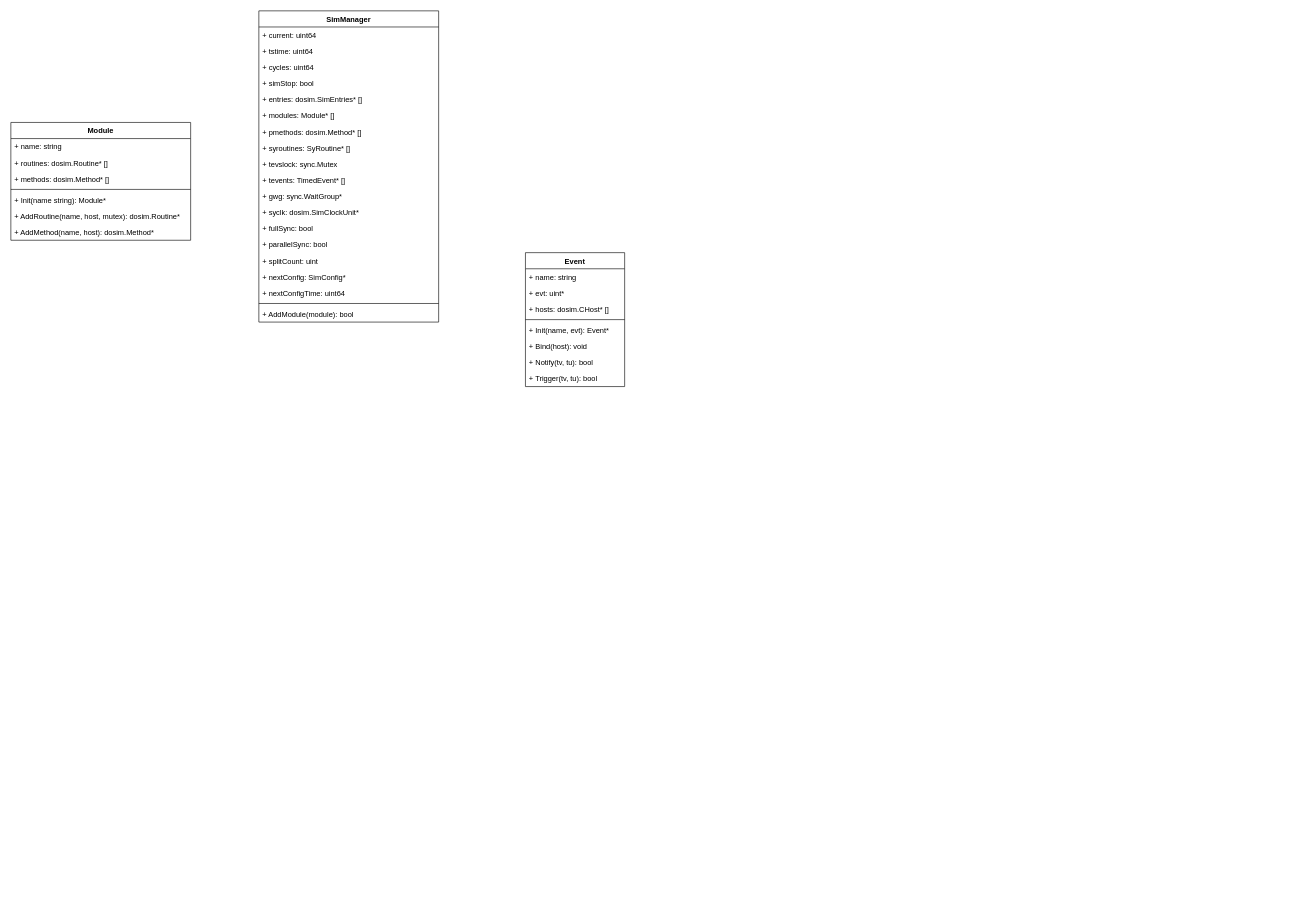
The draw.io diagram scgo.drawio in Dercury/CLDK, before the edit. Source tidied: cells renumbered, new cells numbered last; positions are measured from the earlier drawing's top-left corner, leaving out a move shared by most shapes. Both pictures are drawn from the tidied source at 62%, with x=0, y=0 at pixel (11, 11).
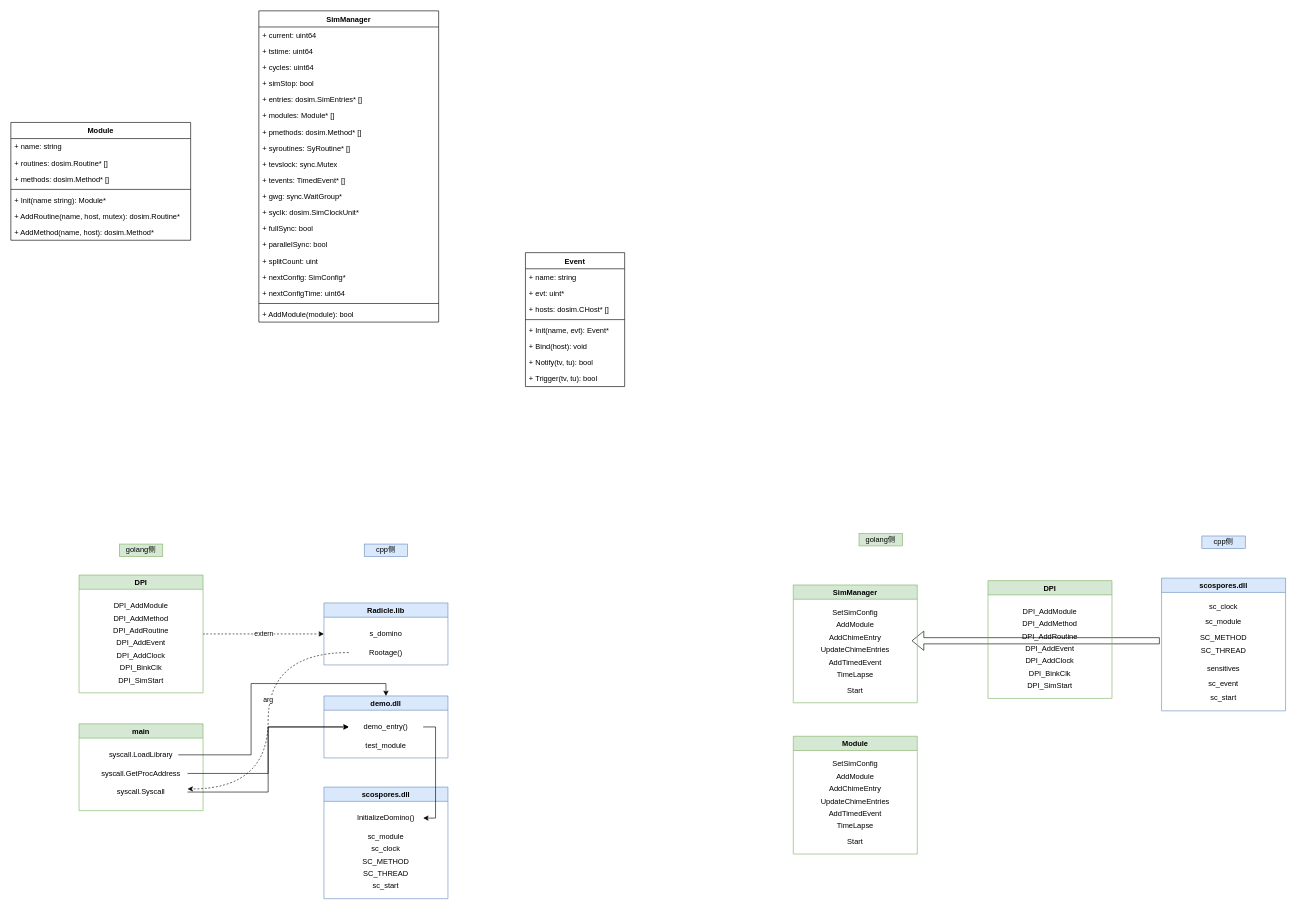
The same page after the edit.

The edit, as a diff of the source:
```diff
@@
+    <mxCell id="39" style="shape=flexArrow;endArrow=classic;html=1;" parent="1" edge="1">
+      <mxGeometry relative="1" as="geometry">
+        <mxPoint x="1853" y="1016" as="sourcePoint" />
+        <mxPoint x="1453" y="1016" as="targetPoint" />
+      </mxGeometry>
+    </mxCell>
@@
+    <mxCell id="40" value="extern" style="edgeStyle=orthogonalEdgeStyle;rounded=0;jettySize=auto;html=1;entryX=0;entryY=0.5;entryDx=0;entryDy=0;dashed=1;curved=1;" parent="1" edge="1" source="41" target="49">
+      <mxGeometry relative="1" as="geometry" />
+    </mxCell>
+    <mxCell id="41" value="DPI" style="swimlane;fillColor=#d5e8d4;strokeColor=#82b366;" parent="1" vertex="1">
+      <mxGeometry x="110" y="910" width="200" height="190" as="geometry" />
+    </mxCell>
+    <mxCell id="42" value="DPI_AddModule" style="text;html=1;strokeColor=none;fillColor=none;align=center;verticalAlign=middle;whiteSpace=wrap;rounded=0;" parent="41" vertex="1">
+      <mxGeometry x="40" y="40" width="120" height="20" as="geometry" />
+    </mxCell>
+    <mxCell id="43" value="DPI_SimStart" style="text;html=1;strokeColor=none;fillColor=none;align=center;verticalAlign=middle;whiteSpace=wrap;rounded=0;" parent="41" vertex="1">
+      <mxGeometry x="40" y="160" width="120" height="20" as="geometry" />
+    </mxCell>
+    <mxCell id="44" value="DPI_AddMethod" style="text;html=1;strokeColor=none;fillColor=none;align=center;verticalAlign=middle;whiteSpace=wrap;rounded=0;" parent="41" vertex="1">
+      <mxGeometry x="40" y="60" width="120" height="20" as="geometry" />
+    </mxCell>
+    <mxCell id="45" value="DPI_AddRoutine" style="text;html=1;strokeColor=none;fillColor=none;align=center;verticalAlign=middle;whiteSpace=wrap;rounded=0;" parent="41" vertex="1">
+      <mxGeometry x="40" y="80" width="120" height="20" as="geometry" />
+    </mxCell>
+    <mxCell id="46" value="DPI_AddEvent" style="text;html=1;strokeColor=none;fillColor=none;align=center;verticalAlign=middle;whiteSpace=wrap;rounded=0;" parent="41" vertex="1">
+      <mxGeometry x="40" y="100" width="120" height="20" as="geometry" />
+    </mxCell>
+    <mxCell id="47" value="DPI_AddClock" style="text;html=1;strokeColor=none;fillColor=none;align=center;verticalAlign=middle;whiteSpace=wrap;rounded=0;" parent="41" vertex="1">
+      <mxGeometry x="40" y="120" width="120" height="20" as="geometry" />
+    </mxCell>
+    <mxCell id="48" value="DPI_BinkClk" style="text;html=1;strokeColor=none;fillColor=none;align=center;verticalAlign=middle;whiteSpace=wrap;rounded=0;" parent="41" vertex="1">
+      <mxGeometry x="40" y="140" width="120" height="20" as="geometry" />
+    </mxCell>
+    <mxCell id="49" value="Radicle.lib" style="swimlane;fillColor=#dae8fc;strokeColor=#6c8ebf;" parent="1" vertex="1">
+      <mxGeometry x="505" y="955" width="200" height="100" as="geometry" />
+    </mxCell>
+    <mxCell id="50" value="s_domino" style="text;html=1;strokeColor=none;fillColor=none;align=center;verticalAlign=middle;whiteSpace=wrap;rounded=0;" parent="49" vertex="1">
+      <mxGeometry x="40" y="40" width="120" height="20" as="geometry" />
+    </mxCell>
+    <mxCell id="51" value="Rootage()" style="text;html=1;strokeColor=none;fillColor=none;align=center;verticalAlign=middle;whiteSpace=wrap;rounded=0;" parent="49" vertex="1">
+      <mxGeometry x="40" y="70" width="120" height="20" as="geometry" />
+    </mxCell>
+    <mxCell id="52" value="main" style="swimlane;fillColor=#d5e8d4;strokeColor=#82b366;" parent="1" vertex="1">
+      <mxGeometry x="110" y="1150" width="200" height="140" as="geometry" />
+    </mxCell>
+    <mxCell id="53" value="syscall.LoadLibrary" style="text;html=1;strokeColor=none;fillColor=none;align=center;verticalAlign=middle;whiteSpace=wrap;rounded=0;" parent="52" vertex="1">
+      <mxGeometry x="40" y="40" width="120" height="20" as="geometry" />
+    </mxCell>
+    <mxCell id="54" value="syscall.GetProcAddress" style="text;html=1;strokeColor=none;fillColor=none;align=center;verticalAlign=middle;whiteSpace=wrap;rounded=0;" parent="52" vertex="1">
+      <mxGeometry x="25" y="70" width="150" height="20" as="geometry" />
+    </mxCell>
+    <mxCell id="55" value="syscall.Syscall" style="text;html=1;strokeColor=none;fillColor=none;align=center;verticalAlign=middle;whiteSpace=wrap;rounded=0;" parent="52" vertex="1">
+      <mxGeometry x="25" y="100" width="150" height="20" as="geometry" />
+    </mxCell>
+    <mxCell id="56" value="demo.dll" style="swimlane;fillColor=#dae8fc;strokeColor=#6c8ebf;" parent="1" vertex="1">
+      <mxGeometry x="505" y="1105" width="200" height="100" as="geometry" />
+    </mxCell>
+    <mxCell id="57" value="demo_entry()" style="text;html=1;strokeColor=none;fillColor=none;align=center;verticalAlign=middle;whiteSpace=wrap;rounded=0;" parent="56" vertex="1">
+      <mxGeometry x="40" y="40" width="120" height="20" as="geometry" />
+    </mxCell>
+    <mxCell id="58" value="test_module" style="text;html=1;strokeColor=none;fillColor=none;align=center;verticalAlign=middle;whiteSpace=wrap;rounded=0;" parent="56" vertex="1">
+      <mxGeometry x="40" y="70" width="120" height="20" as="geometry" />
+    </mxCell>
+    <mxCell id="59" value="scospores.dll" style="swimlane;fillColor=#dae8fc;strokeColor=#6c8ebf;" parent="1" vertex="1">
+      <mxGeometry x="505" y="1252" width="200" height="180" as="geometry" />
+    </mxCell>
+    <mxCell id="60" value="InitializeDomino()" style="text;html=1;strokeColor=none;fillColor=none;align=center;verticalAlign=middle;whiteSpace=wrap;rounded=0;" parent="59" vertex="1">
+      <mxGeometry x="40" y="40" width="120" height="20" as="geometry" />
+    </mxCell>
+    <mxCell id="61" value="sc_module" style="text;html=1;strokeColor=none;fillColor=none;align=center;verticalAlign=middle;whiteSpace=wrap;rounded=0;" parent="59" vertex="1">
+      <mxGeometry x="40" y="70" width="120" height="20" as="geometry" />
+    </mxCell>
+    <mxCell id="62" value="sc_clock" style="text;html=1;strokeColor=none;fillColor=none;align=center;verticalAlign=middle;whiteSpace=wrap;rounded=0;" parent="59" vertex="1">
+      <mxGeometry x="40" y="90" width="120" height="20" as="geometry" />
+    </mxCell>
+    <mxCell id="63" value="SC_METHOD" style="text;html=1;strokeColor=none;fillColor=none;align=center;verticalAlign=middle;whiteSpace=wrap;rounded=0;" parent="59" vertex="1">
+      <mxGeometry x="40" y="110" width="120" height="20" as="geometry" />
+    </mxCell>
+    <mxCell id="64" value="sc_start" style="text;html=1;strokeColor=none;fillColor=none;align=center;verticalAlign=middle;whiteSpace=wrap;rounded=0;" parent="59" vertex="1">
+      <mxGeometry x="40" y="150" width="120" height="20" as="geometry" />
+    </mxCell>
+    <mxCell id="65" value="SC_THREAD" style="text;html=1;strokeColor=none;fillColor=none;align=center;verticalAlign=middle;whiteSpace=wrap;rounded=0;" parent="59" vertex="1">
+      <mxGeometry x="40" y="130" width="120" height="20" as="geometry" />
+    </mxCell>
+    <mxCell id="66" style="edgeStyle=orthogonalEdgeStyle;rounded=0;jettySize=auto;html=1;entryX=0.5;entryY=0;entryDx=0;entryDy=0;" parent="1" edge="1" source="53" target="56">
+      <mxGeometry relative="1" as="geometry" />
+    </mxCell>
+    <mxCell id="67" style="edgeStyle=orthogonalEdgeStyle;rounded=0;jettySize=auto;html=1;entryX=0;entryY=0.5;entryDx=0;entryDy=0;" parent="1" edge="1" source="54" target="57">
+      <mxGeometry relative="1" as="geometry" />
+    </mxCell>
+    <mxCell id="68" style="edgeStyle=orthogonalEdgeStyle;rounded=0;jettySize=auto;html=1;entryX=0;entryY=0.5;entryDx=0;entryDy=0;" parent="1" edge="1" source="55" target="57">
+      <mxGeometry relative="1" as="geometry" />
+    </mxCell>
+    <mxCell id="69" value="arg" style="edgeStyle=orthogonalEdgeStyle;rounded=0;jettySize=auto;html=1;entryX=1;entryY=0.25;entryDx=0;entryDy=0;dashed=1;curved=1;" parent="1" edge="1" source="51" target="55">
+      <mxGeometry x="-0.14" relative="1" as="geometry" />
+    </mxCell>
+    <mxCell id="70" style="edgeStyle=orthogonalEdgeStyle;rounded=0;jettySize=auto;html=1;entryX=1;entryY=0.5;entryDx=0;entryDy=0;exitX=1;exitY=0.5;exitDx=0;exitDy=0;" parent="1" edge="1" source="57" target="60">
+      <mxGeometry relative="1" as="geometry" />
+    </mxCell>
+    <mxCell id="71" value="golang侧" style="text;html=1;strokeColor=#82b366;fillColor=#d5e8d4;align=center;verticalAlign=middle;whiteSpace=wrap;rounded=0;" parent="1" vertex="1">
+      <mxGeometry x="175" y="860" width="70" height="20" as="geometry" />
+    </mxCell>
+    <mxCell id="72" value="cpp侧" style="text;html=1;strokeColor=#6c8ebf;fillColor=#dae8fc;align=center;verticalAlign=middle;whiteSpace=wrap;rounded=0;" parent="1" vertex="1">
+      <mxGeometry x="570" y="860" width="70" height="20" as="geometry" />
+    </mxCell>
+    <mxCell id="73" value="scospores.dll" style="swimlane;fillColor=#dae8fc;strokeColor=#6c8ebf;" parent="1" vertex="1">
+      <mxGeometry x="1856" y="915" width="200" height="214" as="geometry" />
+    </mxCell>
+    <mxCell id="74" value="sc_module" style="text;html=1;strokeColor=none;fillColor=none;align=center;verticalAlign=middle;whiteSpace=wrap;rounded=0;" parent="73" vertex="1">
+      <mxGeometry x="40" y="61" width="120" height="20" as="geometry" />
+    </mxCell>
+    <mxCell id="75" value="sc_clock" style="text;html=1;strokeColor=none;fillColor=none;align=center;verticalAlign=middle;whiteSpace=wrap;rounded=0;" parent="73" vertex="1">
+      <mxGeometry x="40" y="36" width="120" height="20" as="geometry" />
+    </mxCell>
+    <mxCell id="76" value="SC_METHOD" style="text;html=1;strokeColor=none;fillColor=none;align=center;verticalAlign=middle;whiteSpace=wrap;rounded=0;" parent="73" vertex="1">
+      <mxGeometry x="40" y="87" width="120" height="20" as="geometry" />
+    </mxCell>
+    <mxCell id="77" value="sc_start" style="text;html=1;strokeColor=none;fillColor=none;align=center;verticalAlign=middle;whiteSpace=wrap;rounded=0;" parent="73" vertex="1">
+      <mxGeometry x="40" y="183" width="120" height="20" as="geometry" />
+    </mxCell>
+    <mxCell id="78" value="SC_THREAD" style="text;html=1;strokeColor=none;fillColor=none;align=center;verticalAlign=middle;whiteSpace=wrap;rounded=0;" parent="73" vertex="1">
+      <mxGeometry x="40" y="107" width="120" height="20" as="geometry" />
+    </mxCell>
+    <mxCell id="79" value="sc_event" style="text;html=1;strokeColor=none;fillColor=none;align=center;verticalAlign=middle;whiteSpace=wrap;rounded=0;" parent="73" vertex="1">
+      <mxGeometry x="40" y="160" width="120" height="20" as="geometry" />
+    </mxCell>
+    <mxCell id="80" value="sensitives" style="text;html=1;strokeColor=none;fillColor=none;align=center;verticalAlign=middle;whiteSpace=wrap;rounded=0;" parent="73" vertex="1">
+      <mxGeometry x="40" y="136" width="120" height="20" as="geometry" />
+    </mxCell>
+    <mxCell id="81" value="cpp侧" style="text;html=1;strokeColor=#6c8ebf;fillColor=#dae8fc;align=center;verticalAlign=middle;whiteSpace=wrap;rounded=0;" parent="1" vertex="1">
+      <mxGeometry x="1921" y="847" width="70" height="20" as="geometry" />
+    </mxCell>
+    <mxCell id="82" value="golang侧" style="text;html=1;strokeColor=#82b366;fillColor=#d5e8d4;align=center;verticalAlign=middle;whiteSpace=wrap;rounded=0;" parent="1" vertex="1">
+      <mxGeometry x="1368" y="843" width="70" height="20" as="geometry" />
+    </mxCell>
+    <mxCell id="83" value="SimManager" style="swimlane;fillColor=#d5e8d4;strokeColor=#82b366;" parent="1" vertex="1">
+      <mxGeometry x="1262" y="926" width="200" height="190" as="geometry" />
+    </mxCell>
+    <mxCell id="84" value="AddModule" style="text;html=1;strokeColor=none;fillColor=none;align=center;verticalAlign=middle;whiteSpace=wrap;rounded=0;" parent="83" vertex="1">
+      <mxGeometry x="40" y="55" width="120" height="20" as="geometry" />
+    </mxCell>
+    <mxCell id="85" value="Start" style="text;html=1;strokeColor=none;fillColor=none;align=center;verticalAlign=middle;whiteSpace=wrap;rounded=0;" parent="83" vertex="1">
+      <mxGeometry x="40" y="160" width="120" height="20" as="geometry" />
+    </mxCell>
+    <mxCell id="86" value="AddChimeEntry" style="text;html=1;strokeColor=none;fillColor=none;align=center;verticalAlign=middle;whiteSpace=wrap;rounded=0;" parent="83" vertex="1">
+      <mxGeometry x="40" y="75" width="120" height="20" as="geometry" />
+    </mxCell>
+    <mxCell id="87" value="UpdateChimeEntries" style="text;html=1;strokeColor=none;fillColor=none;align=center;verticalAlign=middle;whiteSpace=wrap;rounded=0;" parent="83" vertex="1">
+      <mxGeometry x="40" y="95" width="120" height="20" as="geometry" />
+    </mxCell>
+    <mxCell id="88" value="AddTimedEvent" style="text;html=1;strokeColor=none;fillColor=none;align=center;verticalAlign=middle;whiteSpace=wrap;rounded=0;" parent="83" vertex="1">
+      <mxGeometry x="40" y="115" width="120" height="20" as="geometry" />
+    </mxCell>
+    <mxCell id="89" value="TimeLapse" style="text;html=1;strokeColor=none;fillColor=none;align=center;verticalAlign=middle;whiteSpace=wrap;rounded=0;" parent="83" vertex="1">
+      <mxGeometry x="40" y="135" width="120" height="20" as="geometry" />
+    </mxCell>
+    <mxCell id="90" value="SetSimConfig" style="text;html=1;strokeColor=none;fillColor=none;align=center;verticalAlign=middle;whiteSpace=wrap;rounded=0;" parent="83" vertex="1">
+      <mxGeometry x="40" y="35" width="120" height="20" as="geometry" />
+    </mxCell>
+    <mxCell id="91" value="DPI" style="swimlane;fillColor=#d5e8d4;strokeColor=#82b366;" parent="1" vertex="1">
+      <mxGeometry x="1576" y="919" width="200" height="190" as="geometry" />
+    </mxCell>
+    <mxCell id="92" value="DPI_AddModule" style="text;html=1;strokeColor=none;fillColor=none;align=center;verticalAlign=middle;whiteSpace=wrap;rounded=0;" parent="91" vertex="1">
+      <mxGeometry x="40" y="40" width="120" height="20" as="geometry" />
+    </mxCell>
+    <mxCell id="93" value="DPI_SimStart" style="text;html=1;strokeColor=none;fillColor=none;align=center;verticalAlign=middle;whiteSpace=wrap;rounded=0;" parent="91" vertex="1">
+      <mxGeometry x="40" y="160" width="120" height="20" as="geometry" />
+    </mxCell>
+    <mxCell id="94" value="DPI_AddMethod" style="text;html=1;strokeColor=none;fillColor=none;align=center;verticalAlign=middle;whiteSpace=wrap;rounded=0;" parent="91" vertex="1">
+      <mxGeometry x="40" y="60" width="120" height="20" as="geometry" />
+    </mxCell>
+    <mxCell id="95" value="DPI_AddRoutine" style="text;html=1;strokeColor=none;fillColor=none;align=center;verticalAlign=middle;whiteSpace=wrap;rounded=0;" parent="91" vertex="1">
+      <mxGeometry x="40" y="80" width="120" height="20" as="geometry" />
+    </mxCell>
+    <mxCell id="96" value="DPI_AddEvent" style="text;html=1;strokeColor=none;fillColor=none;align=center;verticalAlign=middle;whiteSpace=wrap;rounded=0;" parent="91" vertex="1">
+      <mxGeometry x="40" y="100" width="120" height="20" as="geometry" />
+    </mxCell>
+    <mxCell id="97" value="DPI_AddClock" style="text;html=1;strokeColor=none;fillColor=none;align=center;verticalAlign=middle;whiteSpace=wrap;rounded=0;" parent="91" vertex="1">
+      <mxGeometry x="40" y="120" width="120" height="20" as="geometry" />
+    </mxCell>
+    <mxCell id="98" value="DPI_BinkClk" style="text;html=1;strokeColor=none;fillColor=none;align=center;verticalAlign=middle;whiteSpace=wrap;rounded=0;" parent="91" vertex="1">
+      <mxGeometry x="40" y="140" width="120" height="20" as="geometry" />
+    </mxCell>
+    <mxCell id="99" value="Module" style="swimlane;fillColor=#d5e8d4;strokeColor=#82b366;" parent="1" vertex="1">
+      <mxGeometry x="1262" y="1170" width="200" height="190" as="geometry" />
+    </mxCell>
+    <mxCell id="100" value="AddModule" style="text;html=1;strokeColor=none;fillColor=none;align=center;verticalAlign=middle;whiteSpace=wrap;rounded=0;" parent="99" vertex="1">
+      <mxGeometry x="40" y="55" width="120" height="20" as="geometry" />
+    </mxCell>
+    <mxCell id="101" value="Start" style="text;html=1;strokeColor=none;fillColor=none;align=center;verticalAlign=middle;whiteSpace=wrap;rounded=0;" parent="99" vertex="1">
+      <mxGeometry x="40" y="160" width="120" height="20" as="geometry" />
+    </mxCell>
+    <mxCell id="102" value="AddChimeEntry" style="text;html=1;strokeColor=none;fillColor=none;align=center;verticalAlign=middle;whiteSpace=wrap;rounded=0;" parent="99" vertex="1">
+      <mxGeometry x="40" y="75" width="120" height="20" as="geometry" />
+    </mxCell>
+    <mxCell id="103" value="UpdateChimeEntries" style="text;html=1;strokeColor=none;fillColor=none;align=center;verticalAlign=middle;whiteSpace=wrap;rounded=0;" parent="99" vertex="1">
+      <mxGeometry x="40" y="95" width="120" height="20" as="geometry" />
+    </mxCell>
+    <mxCell id="104" value="AddTimedEvent" style="text;html=1;strokeColor=none;fillColor=none;align=center;verticalAlign=middle;whiteSpace=wrap;rounded=0;" parent="99" vertex="1">
+      <mxGeometry x="40" y="115" width="120" height="20" as="geometry" />
+    </mxCell>
+    <mxCell id="105" value="TimeLapse" style="text;html=1;strokeColor=none;fillColor=none;align=center;verticalAlign=middle;whiteSpace=wrap;rounded=0;" parent="99" vertex="1">
+      <mxGeometry x="40" y="135" width="120" height="20" as="geometry" />
+    </mxCell>
+    <mxCell id="106" value="SetSimConfig" style="text;html=1;strokeColor=none;fillColor=none;align=center;verticalAlign=middle;whiteSpace=wrap;rounded=0;" parent="99" vertex="1">
+      <mxGeometry x="40" y="35" width="120" height="20" as="geometry" />
+    </mxCell>
```
